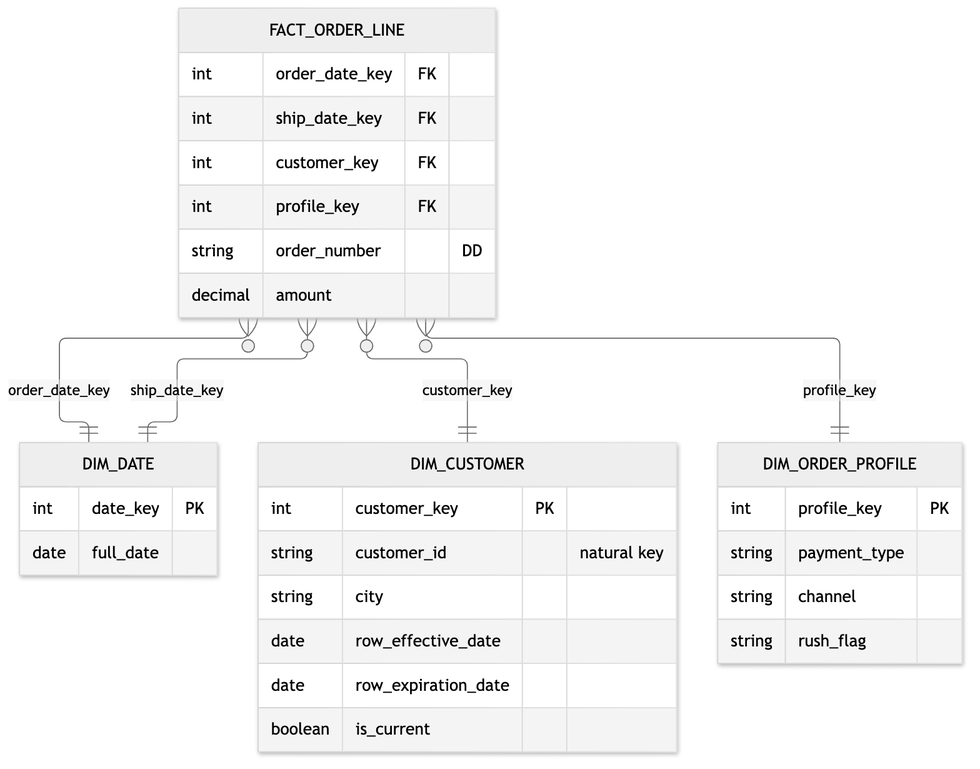
surfalytics/dataengineer_ru keeps this Mermaid diagram as public/assets/data-warehouse-toolkit/ch02-role-playing.png. Above is the earlier version. Its source is kept beside it as scripts/kimball-diagrams/src/ch02-role-playing.mmd.
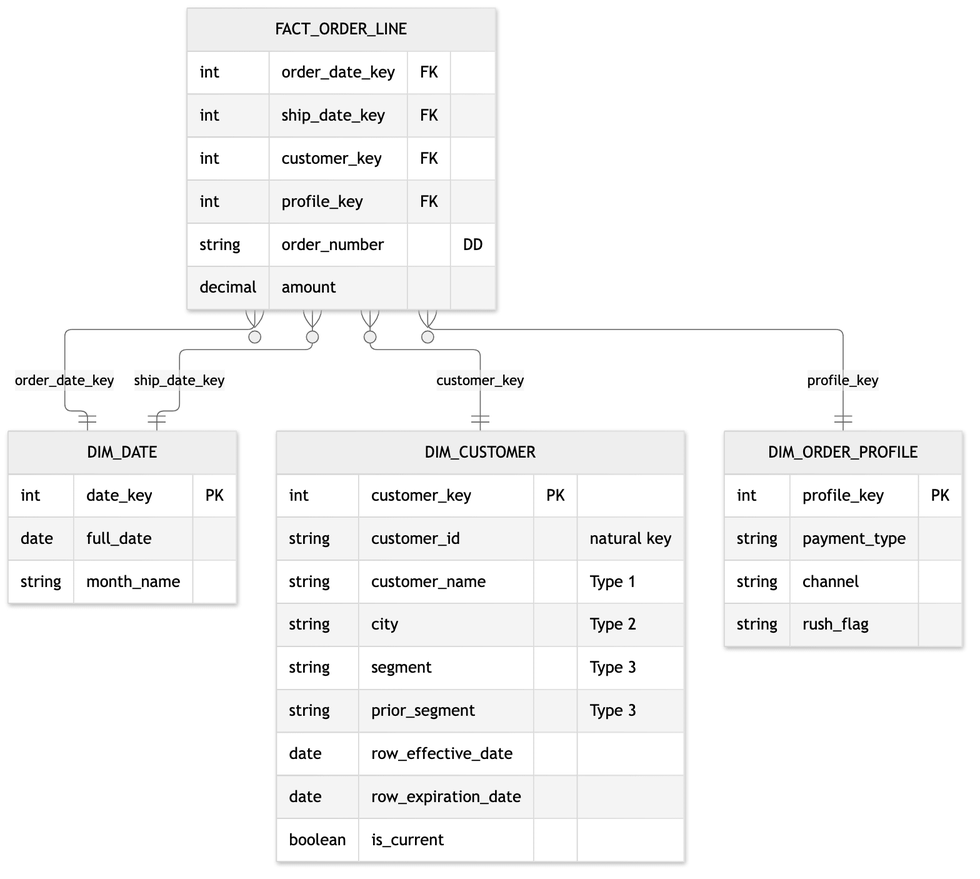
After the change.

The edit, as a diff of the source:
```diff
@@ -14,11 +14,15 @@
   DIM_DATE {
     int date_key PK
     date full_date
+    string month_name
   }
   DIM_CUSTOMER {
     int customer_key PK
     string customer_id "natural key"
-    string city
+    string customer_name "Type 1"
+    string city "Type 2"
+    string segment "Type 3"
+    string prior_segment "Type 3"
     date row_effective_date
     date row_expiration_date
     boolean is_current
```
